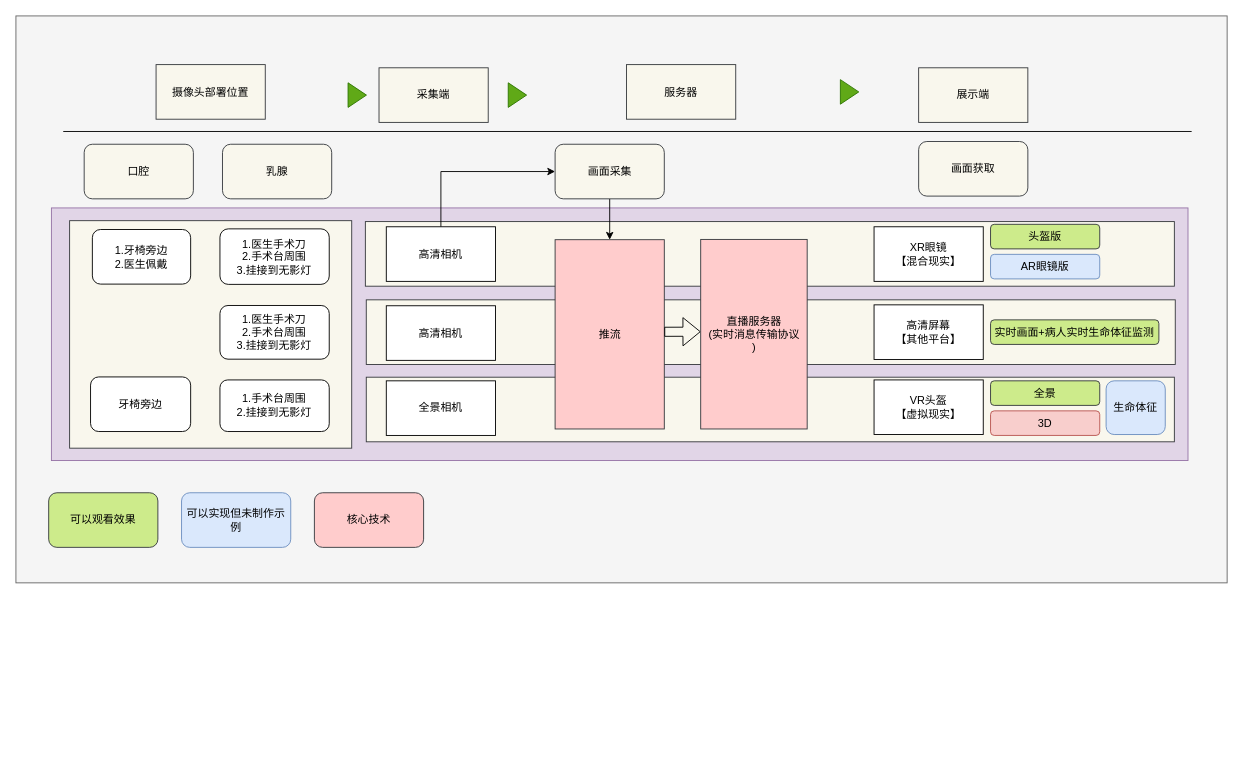
Earlier version of the draw.io diagram 未命名绘图.drawio (15140252710/OneGithubProject). Source tidied: cells renumbered, new cells numbered last; positions are measured from the earlier drawing's top-left corner, leaving out a move shared by most shapes. Both pictures are drawn from the tidied source at 91%, with x=0, y=0 at pixel (15, 15).
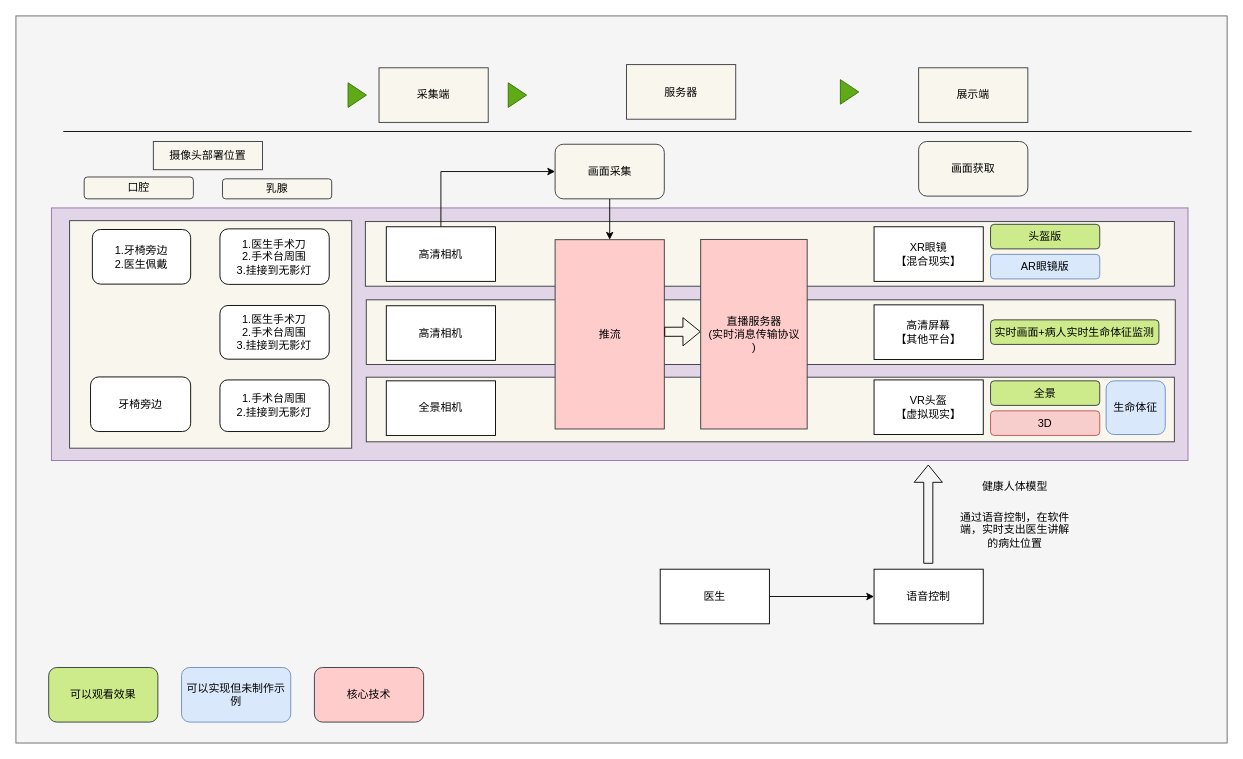
The same page after the edit.

Commit message:
更新未命名绘图.drawio

Diff of the diagram source:
```diff
@@
     <mxCell id="2" style="whiteSpace=wrap;html=1;fillColor=#f5f5f5;strokeColor=#666666;fontColor=#333333;" parent="1" vertex="1">
-      <mxGeometry width="1331" height="623" as="geometry" />
+      <mxGeometry width="1331" height="799" as="geometry" />
     </mxCell>
@@
     <mxCell id="6" value="摄像头部署位置" style="rounded=0;whiteSpace=wrap;html=1;fillColor=#f9f7ed;strokeColor=#36393d;" parent="1" vertex="1">
-      <mxGeometry x="154" y="53.5" width="120" height="60" as="geometry" />
+      <mxGeometry x="151" y="138" width="120" height="31" as="geometry" />
     </mxCell>
@@
     <mxCell id="28" value="可以观看效果" style="rounded=1;whiteSpace=wrap;html=1;fillColor=#cdeb8b;strokeColor=#36393d;" parent="1" vertex="1">
-      <mxGeometry x="36" y="524" width="120" height="60" as="geometry" />
+      <mxGeometry x="36" y="716" width="120" height="60" as="geometry" />
     </mxCell>
     <mxCell id="29" value="可以实现但未制作示例" style="rounded=1;whiteSpace=wrap;html=1;fillColor=#dae8fc;strokeColor=#6c8ebf;" parent="1" vertex="1">
-      <mxGeometry x="182" y="524" width="120" height="60" as="geometry" />
+      <mxGeometry x="182" y="716" width="120" height="60" as="geometry" />
     </mxCell>
     <mxCell id="30" value="核心技术" style="rounded=1;whiteSpace=wrap;html=1;fillColor=#ffcccc;strokeColor=#36393d;" parent="1" vertex="1">
-      <mxGeometry x="328" y="524" width="120" height="60" as="geometry" />
+      <mxGeometry x="328" y="716" width="120" height="60" as="geometry" />
     </mxCell>
     <mxCell id="31" value="口腔" style="rounded=1;whiteSpace=wrap;html=1;fillColor=#f9f7ed;strokeColor=#36393d;" parent="1" vertex="1">
-      <mxGeometry x="75" y="141" width="120" height="60" as="geometry" />
+      <mxGeometry x="75" y="177" width="120" height="24" as="geometry" />
     </mxCell>
     <mxCell id="32" value="乳腺" style="rounded=1;whiteSpace=wrap;html=1;fillColor=#f9f7ed;strokeColor=#36393d;" parent="1" vertex="1">
-      <mxGeometry x="227" y="141" width="120" height="60" as="geometry" />
+      <mxGeometry x="227" y="179" width="120" height="22" as="geometry" />
     </mxCell>
@@
+    <mxCell id="45" value="语音控制" style="rounded=0;whiteSpace=wrap;html=1;" parent="1" vertex="1">
+      <mxGeometry x="943" y="608" width="120" height="60" as="geometry" />
+    </mxCell>
+    <mxCell id="46" style="edgeStyle=orthogonalEdgeStyle;rounded=0;jettySize=auto;html=1;exitX=1;exitY=0.5;exitDx=0;exitDy=0;entryX=0;entryY=0.5;entryDx=0;entryDy=0;" parent="1" edge="1" source="47" target="45">
+      <mxGeometry relative="1" as="geometry" />
+    </mxCell>
+    <mxCell id="47" value="医生" style="rounded=0;whiteSpace=wrap;html=1;" parent="1" vertex="1">
+      <mxGeometry x="708" y="608" width="120" height="60" as="geometry" />
+    </mxCell>
+    <mxCell id="48" style="shape=flexArrow;endArrow=classic;html=1;rounded=0;" parent="1" edge="1">
+      <mxGeometry relative="1" as="geometry">
+        <mxPoint x="1002.6" y="602" as="sourcePoint" />
+        <mxPoint x="1002.6" y="493" as="targetPoint" />
+      </mxGeometry>
+    </mxCell>
+    <mxCell id="49" value="健康人体模型" style="text;html=1;strokeColor=none;fillColor=none;align=center;verticalAlign=middle;whiteSpace=wrap;rounded=0;" parent="1" vertex="1">
+      <mxGeometry x="1034" y="500" width="128" height="36" as="geometry" />
+    </mxCell>
+    <mxCell id="50" value="通过语音控制，在软件端，实时支出医生讲解的病灶位置" style="text;html=1;strokeColor=none;fillColor=none;align=center;verticalAlign=middle;whiteSpace=wrap;rounded=0;" parent="1" vertex="1">
+      <mxGeometry x="1034" y="547" width="128" height="36" as="geometry" />
+    </mxCell>
```
